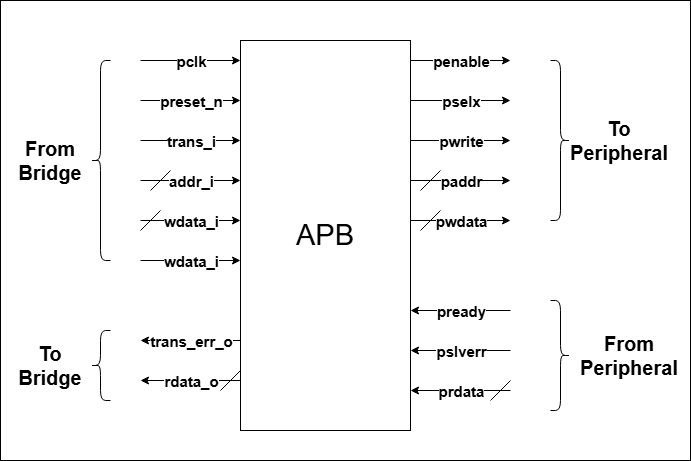
Earlier version of the draw.io export apb.png (Sarunesh/apb_sv). Source tidied: cells renumbered, new cells last; positions are measured from the earlier drawing's top-left corner, leaving out a move shared by most shapes. Its diagram source:
```xml
<mxGraphModel>
  <root>
    <mxCell id="0" />
    <mxCell id="1" parent="0" />
    <mxCell id="2" style="rounded=0;whiteSpace=wrap;html=1;" parent="1" vertex="1">
      <mxGeometry width="690" height="460" as="geometry" />
    </mxCell>
    <mxCell id="3" value="&lt;font style=&quot;font-size: 29px;&quot;&gt;APB&lt;/font&gt;" style="rounded=0;whiteSpace=wrap;html=1;" parent="1" vertex="1">
      <mxGeometry x="240" y="40" width="170" height="390" as="geometry" />
    </mxCell>
    <mxCell id="4" style="endArrow=classic;html=1;rounded=0;" parent="1" edge="1">
      <mxGeometry relative="1" as="geometry">
        <mxPoint x="410" y="60" as="sourcePoint" />
        <mxPoint x="510" y="60" as="targetPoint" />
      </mxGeometry>
    </mxCell>
    <mxCell id="5" value="penable" style="edgeLabel;html=1;align=center;verticalAlign=middle;fontStyle=1;fontSize=15;" parent="4" vertex="1">
      <mxGeometry relative="1" as="geometry" />
    </mxCell>
    <mxCell id="6" style="endArrow=classic;html=1;rounded=0;" parent="1" edge="1">
      <mxGeometry relative="1" as="geometry">
        <mxPoint x="410" y="100" as="sourcePoint" />
        <mxPoint x="510" y="100" as="targetPoint" />
      </mxGeometry>
    </mxCell>
    <mxCell id="7" value="pselx" style="edgeLabel;html=1;align=center;verticalAlign=middle;fontStyle=1;fontSize=15;" parent="6" vertex="1">
      <mxGeometry relative="1" as="geometry" />
    </mxCell>
    <mxCell id="8" style="endArrow=classic;html=1;rounded=0;" parent="1" edge="1">
      <mxGeometry relative="1" as="geometry">
        <mxPoint x="410" y="140" as="sourcePoint" />
        <mxPoint x="510" y="140" as="targetPoint" />
      </mxGeometry>
    </mxCell>
    <mxCell id="9" value="pwrite" style="edgeLabel;html=1;align=center;verticalAlign=middle;fontStyle=1;fontSize=15;" parent="8" vertex="1">
      <mxGeometry relative="1" as="geometry" />
    </mxCell>
    <mxCell id="10" style="endArrow=classic;html=1;rounded=0;" parent="1" edge="1">
      <mxGeometry relative="1" as="geometry">
        <mxPoint x="410" y="180" as="sourcePoint" />
        <mxPoint x="510" y="180" as="targetPoint" />
      </mxGeometry>
    </mxCell>
    <mxCell id="11" value="paddr" style="edgeLabel;html=1;align=center;verticalAlign=middle;fontStyle=1;fontSize=15;" parent="10" vertex="1">
      <mxGeometry relative="1" as="geometry" />
    </mxCell>
    <mxCell id="12" style="endArrow=classic;html=1;rounded=0;" parent="1" edge="1">
      <mxGeometry relative="1" as="geometry">
        <mxPoint x="410" y="220" as="sourcePoint" />
        <mxPoint x="510" y="220" as="targetPoint" />
      </mxGeometry>
    </mxCell>
    <mxCell id="13" value="pwdata" style="edgeLabel;html=1;align=center;verticalAlign=middle;fontStyle=1;fontSize=15;" parent="12" vertex="1">
      <mxGeometry relative="1" as="geometry" />
    </mxCell>
    <mxCell id="14" style="endArrow=classic;html=1;rounded=0;" parent="1" edge="1">
      <mxGeometry relative="1" as="geometry">
        <mxPoint x="240" y="380" as="sourcePoint" />
        <mxPoint x="140" y="380" as="targetPoint" />
      </mxGeometry>
    </mxCell>
    <mxCell id="15" value="rdata_o" style="edgeLabel;html=1;align=center;verticalAlign=middle;fontStyle=1;fontSize=15;" parent="14" vertex="1">
      <mxGeometry relative="1" as="geometry" />
    </mxCell>
    <mxCell id="16" style="endArrow=classic;html=1;rounded=0;" parent="1" edge="1">
      <mxGeometry relative="1" as="geometry">
        <mxPoint x="240" y="340" as="sourcePoint" />
        <mxPoint x="140" y="340" as="targetPoint" />
      </mxGeometry>
    </mxCell>
    <mxCell id="17" value="trans_err_o" style="edgeLabel;html=1;align=center;verticalAlign=middle;fontStyle=1;fontSize=15;" parent="16" vertex="1">
      <mxGeometry relative="1" as="geometry" />
    </mxCell>
    <mxCell id="18" style="endArrow=classic;html=1;rounded=0;" parent="1" edge="1">
      <mxGeometry relative="1" as="geometry">
        <mxPoint x="140" y="60" as="sourcePoint" />
        <mxPoint x="240" y="60" as="targetPoint" />
      </mxGeometry>
    </mxCell>
    <mxCell id="19" value="pclk" style="edgeLabel;html=1;align=center;verticalAlign=middle;fontStyle=1;fontSize=15;" parent="18" vertex="1">
      <mxGeometry relative="1" as="geometry" />
    </mxCell>
    <mxCell id="20" style="endArrow=classic;html=1;rounded=0;" parent="1" edge="1">
      <mxGeometry relative="1" as="geometry">
        <mxPoint x="140" y="100" as="sourcePoint" />
        <mxPoint x="240" y="100" as="targetPoint" />
      </mxGeometry>
    </mxCell>
    <mxCell id="21" value="preset_n" style="edgeLabel;html=1;align=center;verticalAlign=middle;fontStyle=1;fontSize=15;" parent="20" vertex="1">
      <mxGeometry relative="1" as="geometry" />
    </mxCell>
    <mxCell id="22" style="endArrow=classic;html=1;rounded=0;" parent="1" edge="1">
      <mxGeometry relative="1" as="geometry">
        <mxPoint x="140" y="140" as="sourcePoint" />
        <mxPoint x="240" y="140" as="targetPoint" />
      </mxGeometry>
    </mxCell>
    <mxCell id="23" value="trans_i" style="edgeLabel;html=1;align=center;verticalAlign=middle;fontStyle=1;fontSize=15;" parent="22" vertex="1">
      <mxGeometry relative="1" as="geometry" />
    </mxCell>
    <mxCell id="24" style="endArrow=classic;html=1;rounded=0;" parent="1" edge="1">
      <mxGeometry relative="1" as="geometry">
        <mxPoint x="140" y="180" as="sourcePoint" />
        <mxPoint x="240" y="180" as="targetPoint" />
      </mxGeometry>
    </mxCell>
    <mxCell id="25" value="addr_i" style="edgeLabel;html=1;align=center;verticalAlign=middle;fontStyle=1;fontSize=15;" parent="24" vertex="1">
      <mxGeometry relative="1" as="geometry" />
    </mxCell>
    <mxCell id="26" style="endArrow=classic;html=1;rounded=0;" parent="1" edge="1">
      <mxGeometry relative="1" as="geometry">
        <mxPoint x="140" y="220" as="sourcePoint" />
        <mxPoint x="240" y="220" as="targetPoint" />
      </mxGeometry>
    </mxCell>
    <mxCell id="27" value="wdata_i" style="edgeLabel;html=1;align=center;verticalAlign=middle;fontStyle=1;fontSize=15;" parent="26" vertex="1">
      <mxGeometry relative="1" as="geometry" />
    </mxCell>
    <mxCell id="28" style="endArrow=classic;html=1;rounded=0;" parent="1" edge="1">
      <mxGeometry relative="1" as="geometry">
        <mxPoint x="510" y="310" as="sourcePoint" />
        <mxPoint x="410" y="310" as="targetPoint" />
      </mxGeometry>
    </mxCell>
    <mxCell id="29" value="pready" style="edgeLabel;html=1;align=center;verticalAlign=middle;fontStyle=1;fontSize=15;" parent="28" vertex="1">
      <mxGeometry relative="1" as="geometry" />
    </mxCell>
    <mxCell id="30" style="endArrow=classic;html=1;rounded=0;" parent="1" edge="1">
      <mxGeometry relative="1" as="geometry">
        <mxPoint x="510" y="350" as="sourcePoint" />
        <mxPoint x="410" y="350" as="targetPoint" />
      </mxGeometry>
    </mxCell>
    <mxCell id="31" value="pslverr" style="edgeLabel;html=1;align=center;verticalAlign=middle;fontStyle=1;fontSize=15;" parent="30" vertex="1">
      <mxGeometry relative="1" as="geometry" />
    </mxCell>
    <mxCell id="32" style="endArrow=classic;html=1;rounded=0;" parent="1" edge="1">
      <mxGeometry relative="1" as="geometry">
        <mxPoint x="510" y="390" as="sourcePoint" />
        <mxPoint x="410" y="390" as="targetPoint" />
      </mxGeometry>
    </mxCell>
    <mxCell id="33" value="prdata" style="edgeLabel;html=1;align=center;verticalAlign=middle;fontStyle=1;fontSize=15;" parent="32" vertex="1">
      <mxGeometry relative="1" as="geometry" />
    </mxCell>
    <mxCell id="34" style="endArrow=classic;html=1;rounded=0;" parent="1" edge="1">
      <mxGeometry relative="1" as="geometry">
        <mxPoint x="140" y="260" as="sourcePoint" />
        <mxPoint x="240" y="260" as="targetPoint" />
      </mxGeometry>
    </mxCell>
    <mxCell id="35" value="wdata_i" style="edgeLabel;html=1;align=center;verticalAlign=middle;fontStyle=1;fontSize=15;" parent="34" vertex="1">
      <mxGeometry relative="1" as="geometry" />
    </mxCell>
    <mxCell id="36" style="shape=curlyBracket;whiteSpace=wrap;html=1;rounded=1;labelPosition=left;verticalLabelPosition=middle;align=right;verticalAlign=middle;" parent="1" vertex="1">
      <mxGeometry x="90" y="60" width="20" height="200" as="geometry" />
    </mxCell>
    <mxCell id="37" style="shape=curlyBracket;whiteSpace=wrap;html=1;rounded=1;labelPosition=left;verticalLabelPosition=middle;align=right;verticalAlign=middle;" parent="1" vertex="1">
      <mxGeometry x="90" y="330" width="20" height="70" as="geometry" />
    </mxCell>
    <mxCell id="38" style="shape=curlyBracket;whiteSpace=wrap;html=1;rounded=1;flipH=1;labelPosition=right;verticalLabelPosition=middle;align=left;verticalAlign=middle;" parent="1" vertex="1">
      <mxGeometry x="550" y="60" width="20" height="160" as="geometry" />
    </mxCell>
    <mxCell id="39" style="shape=curlyBracket;whiteSpace=wrap;html=1;rounded=1;flipH=1;labelPosition=right;verticalLabelPosition=middle;align=left;verticalAlign=middle;" parent="1" vertex="1">
      <mxGeometry x="550" y="300" width="20" height="110" as="geometry" />
    </mxCell>
    <mxCell id="40" value="&lt;b&gt;&lt;font style=&quot;font-size: 20px;&quot;&gt;From Bridge&lt;/font&gt;&lt;/b&gt;" style="text;html=1;align=center;verticalAlign=middle;whiteSpace=wrap;rounded=0;" parent="1" vertex="1">
      <mxGeometry x="20" y="145" width="60" height="30" as="geometry" />
    </mxCell>
    <mxCell id="41" value="&lt;b&gt;&lt;font style=&quot;font-size: 20px;&quot;&gt;To Bridge&lt;/font&gt;&lt;/b&gt;" style="text;html=1;align=center;verticalAlign=middle;whiteSpace=wrap;rounded=0;" parent="1" vertex="1">
      <mxGeometry x="20" y="350" width="60" height="30" as="geometry" />
    </mxCell>
    <mxCell id="42" value="&lt;b&gt;&lt;font style=&quot;font-size: 20px;&quot;&gt;To Peripheral&lt;/font&gt;&lt;/b&gt;" style="text;html=1;align=center;verticalAlign=middle;whiteSpace=wrap;rounded=0;" parent="1" vertex="1">
      <mxGeometry x="589" y="125" width="60" height="30" as="geometry" />
    </mxCell>
    <mxCell id="43" value="&lt;b&gt;&lt;font style=&quot;font-size: 20px;&quot;&gt;From Peripheral&lt;/font&gt;&lt;/b&gt;" style="text;html=1;align=center;verticalAlign=middle;whiteSpace=wrap;rounded=0;" parent="1" vertex="1">
      <mxGeometry x="599" y="340" width="60" height="30" as="geometry" />
    </mxCell>
    <mxCell id="44" style="endArrow=none;html=1;rounded=0;" parent="1" edge="1">
      <mxGeometry relative="1" as="geometry">
        <mxPoint x="490" y="400" as="sourcePoint" />
        <mxPoint x="510" y="380" as="targetPoint" />
      </mxGeometry>
    </mxCell>
    <mxCell id="45" style="endArrow=none;html=1;rounded=0;" parent="1" edge="1">
      <mxGeometry relative="1" as="geometry">
        <mxPoint x="150" y="190" as="sourcePoint" />
        <mxPoint x="170" y="170" as="targetPoint" />
      </mxGeometry>
    </mxCell>
    <mxCell id="46" style="endArrow=none;html=1;rounded=0;" parent="1" edge="1">
      <mxGeometry relative="1" as="geometry">
        <mxPoint x="140" y="230" as="sourcePoint" />
        <mxPoint x="160" y="210" as="targetPoint" />
      </mxGeometry>
    </mxCell>
    <mxCell id="47" style="endArrow=none;html=1;rounded=0;" parent="1" edge="1">
      <mxGeometry relative="1" as="geometry">
        <mxPoint x="420" y="190" as="sourcePoint" />
        <mxPoint x="440" y="170" as="targetPoint" />
      </mxGeometry>
    </mxCell>
    <mxCell id="48" style="endArrow=none;html=1;rounded=0;" parent="1" edge="1">
      <mxGeometry relative="1" as="geometry">
        <mxPoint x="420" y="230" as="sourcePoint" />
        <mxPoint x="440" y="210" as="targetPoint" />
      </mxGeometry>
    </mxCell>
    <mxCell id="49" style="endArrow=none;html=1;rounded=0;" parent="1" edge="1">
      <mxGeometry relative="1" as="geometry">
        <mxPoint x="220" y="390" as="sourcePoint" />
        <mxPoint x="240" y="370" as="targetPoint" />
      </mxGeometry>
    </mxCell>
  </root>
</mxGraphModel>
```
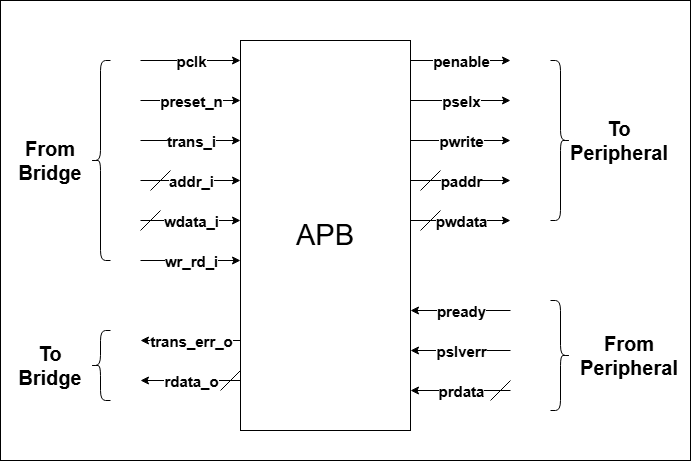
Above is the later version.

Commit message:
Rectified the errors & modified the block diagram.

The edit, as a diff of the source:
```diff
@@ -149,7 +149,7 @@
         <mxPoint x="240" y="260" as="targetPoint" />
       </mxGeometry>
     </mxCell>
-    <mxCell id="35" value="wdata_i" style="edgeLabel;html=1;align=center;verticalAlign=middle;fontStyle=1;fontSize=15;" parent="34" vertex="1">
+    <mxCell id="35" value="wr_rd_i" style="edgeLabel;html=1;align=center;verticalAlign=middle;fontStyle=1;fontSize=15;" parent="34" vertex="1">
       <mxGeometry relative="1" as="geometry" />
     </mxCell>
     <mxCell id="36" style="shape=curlyBracket;whiteSpace=wrap;html=1;rounded=1;labelPosition=left;verticalLabelPosition=middle;align=right;verticalAlign=middle;" parent="1" vertex="1">
```
